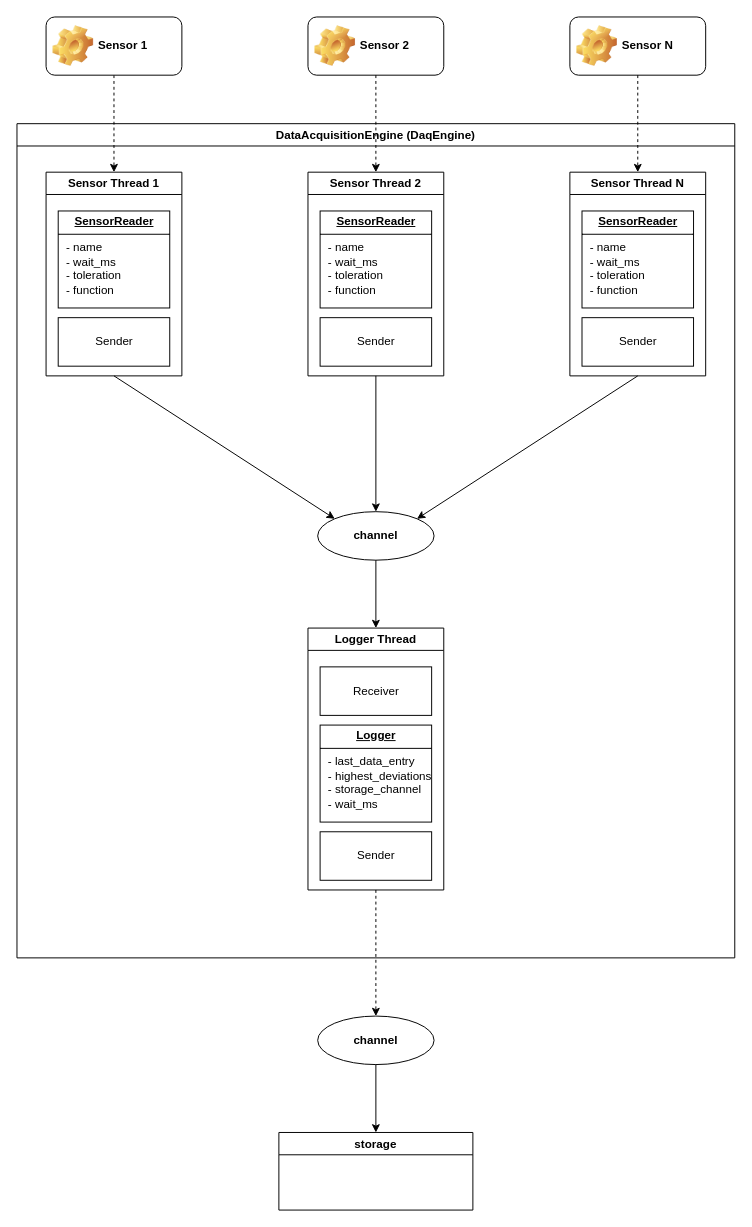
isidzukuri/esp32_playground keeps this draw.io diagram as misc/daq.drawio. Above is the earlier version. Source tidied: cells renumbered, new cells numbered last; positions are measured from the earlier drawing's top-left corner, leaving out a move shared by most shapes. Both pictures are drawn from the tidied source at 97%, with x=0, y=0 at pixel (16, 16).
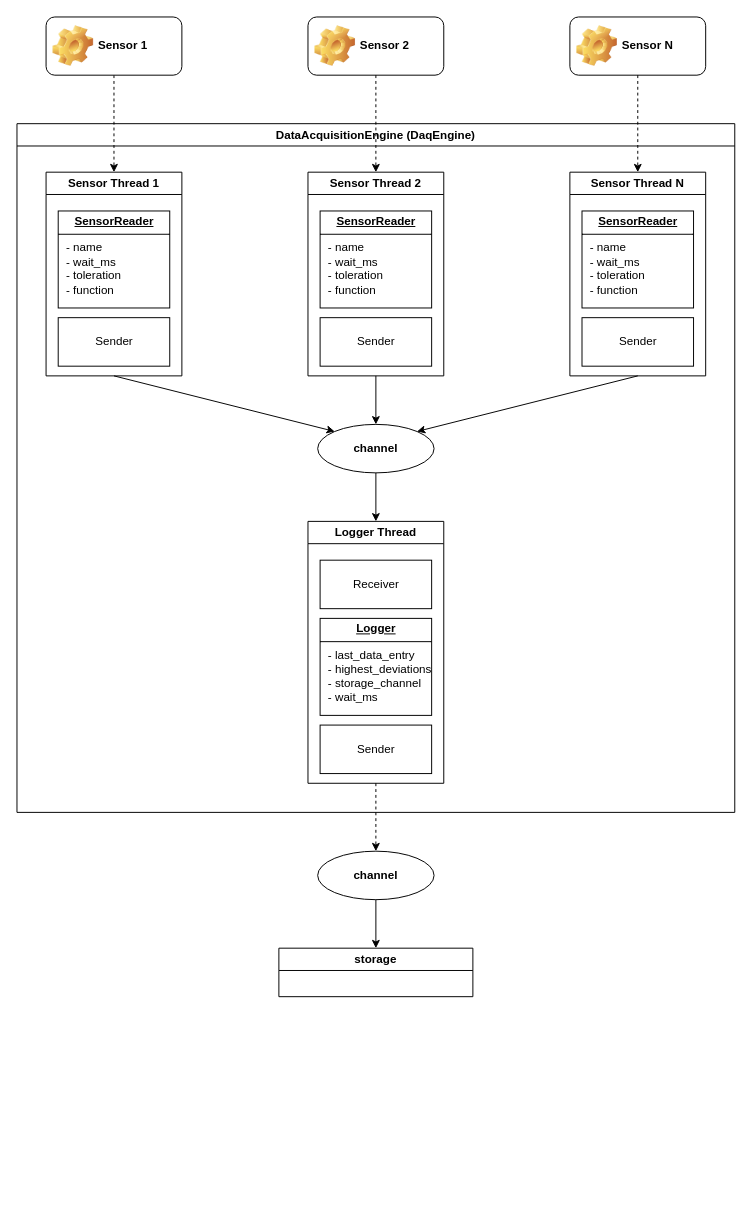
After the change.

The edit, as a diff of the source:
```diff
@@
     <mxCell id="2" value="DataAcquisitionEngine (DaqEngine)" style="swimlane;whiteSpace=wrap;html=1;" parent="1" vertex="1">
-      <mxGeometry y="110" width="740" height="860" as="geometry" />
+      <mxGeometry y="110" width="740" height="710" as="geometry" />
     </mxCell>
     <mxCell id="3" value="Logger Thread" style="swimlane;whiteSpace=wrap;html=1;" parent="2" vertex="1">
-      <mxGeometry x="300" y="520" width="140" height="270" as="geometry" />
+      <mxGeometry x="300" y="410" width="140" height="270" as="geometry" />
     </mxCell>
@@
+    <mxCell id="14" value="&lt;b&gt;channel&lt;/b&gt;" style="ellipse;whiteSpace=wrap;html=1;" parent="2" vertex="1">
+      <mxGeometry x="310" y="310" width="120" height="50" as="geometry" />
+    </mxCell>
+    <mxCell id="26" style="endArrow=classic;html=1;rounded=0;exitX=0.5;exitY=1;exitDx=0;exitDy=0;" parent="2" edge="1" source="14" target="3">
+      <mxGeometry relative="1" as="geometry" />
+    </mxCell>
@@
-    <mxCell id="14" value="&lt;b&gt;channel&lt;/b&gt;" style="ellipse;whiteSpace=wrap;html=1;" parent="1" vertex="1">
-      <mxGeometry x="310" y="510" width="120" height="50" as="geometry" />
-    </mxCell>
@@
-    <mxCell id="26" style="endArrow=classic;html=1;rounded=0;exitX=0.5;exitY=1;exitDx=0;exitDy=0;" parent="1" edge="1" source="14" target="3">
-      <mxGeometry relative="1" as="geometry" />
-    </mxCell>
@@
     <mxCell id="28" value="&lt;b&gt;channel&lt;/b&gt;" style="ellipse;whiteSpace=wrap;html=1;" parent="1" vertex="1">
-      <mxGeometry x="310" y="1030" width="120" height="50" as="geometry" />
+      <mxGeometry x="310" y="860" width="120" height="50" as="geometry" />
     </mxCell>
@@
     <mxCell id="30" value="storage" style="swimlane;whiteSpace=wrap;html=1;" parent="1" vertex="1">
-      <mxGeometry x="270" y="1150" width="200" height="80" as="geometry" />
+      <mxGeometry x="270" y="960" width="200" height="50" as="geometry" />
     </mxCell>
```
